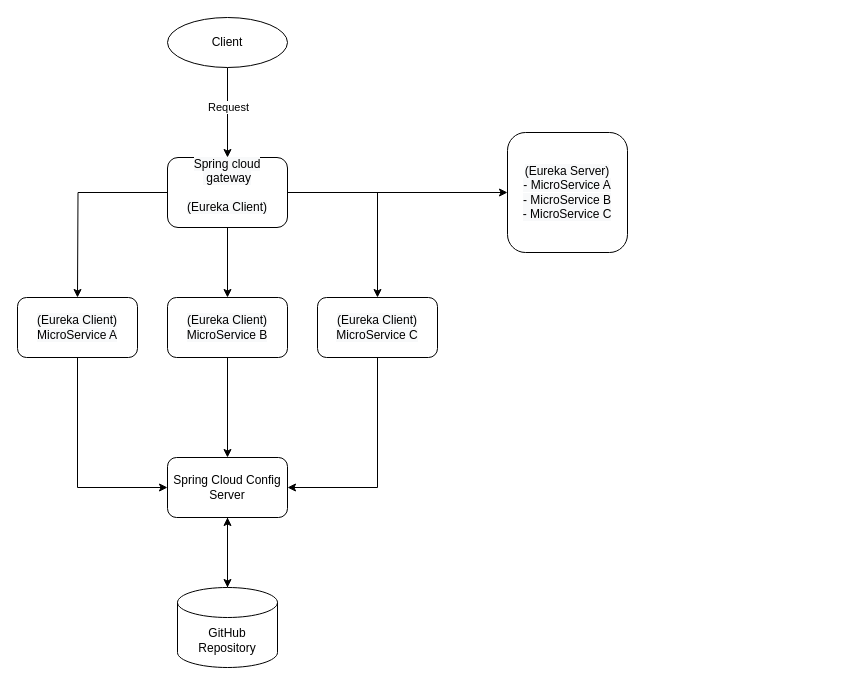
Before: Untitled Diagram.drawio in gitSaein/SpringCloudMsaSample, a draw.io diagram. Source tidied: cells renumbered, new cells numbered last; positions are measured from the earlier drawing's top-left corner, leaving out a move shared by most shapes. Both pictures are drawn from the tidied source at 100%, with x=0, y=0 at pixel (17, 17).
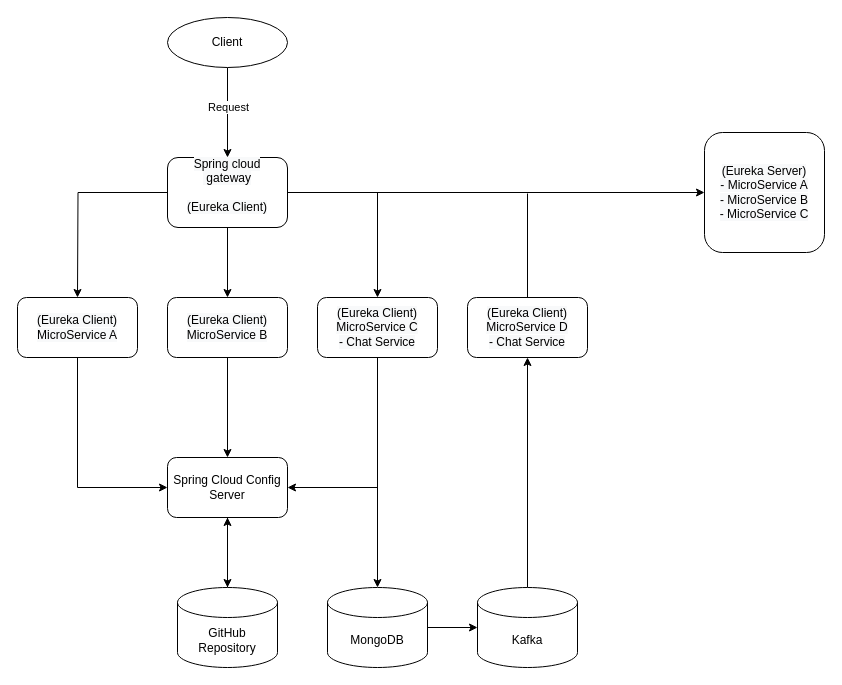
The same page after the edit.

Diff of the diagram source:
```diff
@@
+    <mxCell id="21" style="edgeStyle=orthogonalEdgeStyle;rounded=0;jettySize=auto;html=1;exitX=0.5;exitY=1;exitDx=0;exitDy=0;entryX=0.5;entryY=0;entryDx=0;entryDy=0;entryPerimeter=0;" parent="1" edge="1" source="4" target="23">
+      <mxGeometry relative="1" as="geometry" />
+    </mxCell>
-    <mxCell id="4" value="&lt;span style=&quot;color: rgb(0 , 0 , 0) ; font-family: &amp;#34;helvetica&amp;#34; ; font-size: 12px ; font-style: normal ; font-weight: 400 ; letter-spacing: normal ; text-align: center ; text-indent: 0px ; text-transform: none ; word-spacing: 0px ; background-color: rgb(248 , 249 , 250) ; display: inline ; float: none&quot;&gt;(Eureka Client)&lt;br&gt;MicroService C&lt;/span&gt;" style="rounded=1;whiteSpace=wrap;html=1;" parent="1" vertex="1">
+    <mxCell id="4" value="&lt;span style=&quot;color: rgb(0 , 0 , 0) ; font-family: &amp;quot;helvetica&amp;quot; ; font-size: 12px ; font-style: normal ; font-weight: 400 ; letter-spacing: normal ; text-align: center ; text-indent: 0px ; text-transform: none ; word-spacing: 0px ; background-color: rgb(248 , 249 , 250) ; display: inline ; float: none&quot;&gt;(Eureka Client)&lt;br&gt;MicroService C&lt;br&gt;- Chat Service&lt;br&gt;&lt;/span&gt;" style="rounded=1;whiteSpace=wrap;html=1;" parent="1" vertex="1">
       <mxGeometry x="300" y="280" width="120" height="60" as="geometry" />
     </mxCell>
@@
     <mxCell id="12" value="&lt;span style=&quot;color: rgb(0 , 0 , 0) ; font-family: &amp;#34;helvetica&amp;#34; ; font-size: 12px ; font-style: normal ; font-weight: 400 ; letter-spacing: normal ; text-align: center ; text-indent: 0px ; text-transform: none ; word-spacing: 0px ; background-color: rgb(248 , 249 , 250) ; display: inline ; float: none&quot;&gt;(Eureka Server)&lt;br&gt;- MicroService A&lt;br&gt;- MicroService B&lt;br&gt;- MicroService C&lt;br&gt;&lt;/span&gt;" style="rounded=1;whiteSpace=wrap;html=1;" parent="1" vertex="1">
-      <mxGeometry x="490" y="115" width="120" height="120" as="geometry" />
+      <mxGeometry x="687" y="115" width="120" height="120" as="geometry" />
     </mxCell>
@@
+    <mxCell id="22" style="edgeStyle=orthogonalEdgeStyle;rounded=0;jettySize=auto;html=1;" parent="1" edge="1" source="23" target="25">
+      <mxGeometry relative="1" as="geometry" />
+    </mxCell>
+    <mxCell id="23" value="MongoDB" style="shape=cylinder3;whiteSpace=wrap;html=1;boundedLbl=1;backgroundOutline=1;size=15;" parent="1" vertex="1">
+      <mxGeometry x="310" y="570" width="100" height="80" as="geometry" />
+    </mxCell>
+    <mxCell id="24" style="edgeStyle=orthogonalEdgeStyle;rounded=0;jettySize=auto;html=1;entryX=0.5;entryY=1;entryDx=0;entryDy=0;" parent="1" edge="1" source="25" target="26">
+      <mxGeometry relative="1" as="geometry" />
+    </mxCell>
+    <mxCell id="25" value="Kafka" style="shape=cylinder3;whiteSpace=wrap;html=1;boundedLbl=1;backgroundOutline=1;size=15;" parent="1" vertex="1">
+      <mxGeometry x="460" y="570" width="100" height="80" as="geometry" />
+    </mxCell>
+    <mxCell id="26" value="&lt;span style=&quot;color: rgb(0 , 0 , 0) ; font-family: &amp;quot;helvetica&amp;quot; ; font-size: 12px ; font-style: normal ; font-weight: 400 ; letter-spacing: normal ; text-align: center ; text-indent: 0px ; text-transform: none ; word-spacing: 0px ; background-color: rgb(248 , 249 , 250) ; display: inline ; float: none&quot;&gt;(Eureka Client)&lt;br&gt;MicroService D&lt;br&gt;- Chat Service&lt;br&gt;&lt;/span&gt;" style="rounded=1;whiteSpace=wrap;html=1;" parent="1" vertex="1">
+      <mxGeometry x="450" y="280" width="120" height="60" as="geometry" />
+    </mxCell>
+    <mxCell id="27" style="endArrow=none;html=1;rounded=0;exitX=0.5;exitY=0;exitDx=0;exitDy=0;" parent="1" edge="1" source="26">
+      <mxGeometry relative="1" as="geometry">
+        <mxPoint x="510" y="176" as="targetPoint" />
+      </mxGeometry>
+    </mxCell>
```
